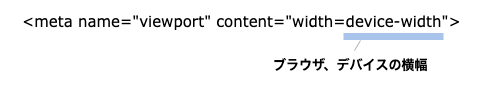
Before: docs/img-css-resp-2.png, a diagram exported from draw.io (prime-x-co-ltd/px-overview). Source tidied: cells renumbered, new cells last; positions are measured from the earlier drawing's top-left corner, leaving out a move shared by most shapes.
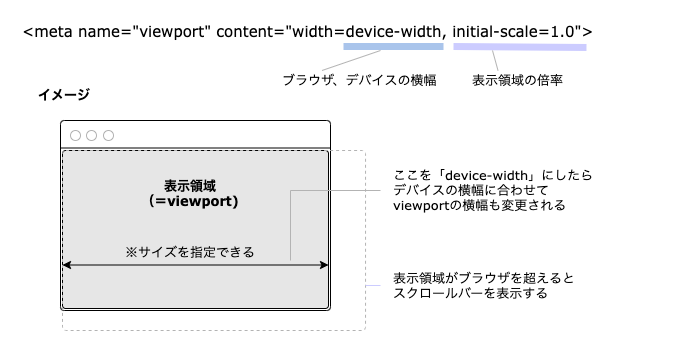
The same diagram one commit later.

The edit, as a diff of the source:
```diff
@@ -3,10 +3,10 @@
     <mxCell id="0" />
     <mxCell id="1" parent="0" />
     <mxCell id="2" style="rounded=0;whiteSpace=wrap;html=1;strokeColor=none;" parent="1" vertex="1">
-      <mxGeometry width="480" height="90" as="geometry" />
+      <mxGeometry y="-10" width="650" height="360" as="geometry" />
     </mxCell>
-    <mxCell id="3" value="&amp;lt;meta name=&quot;viewport&quot; content=&quot;width=device-width&quot;&amp;gt;" style="text;html=1;strokeColor=none;fillColor=none;align=left;verticalAlign=middle;whiteSpace=wrap;rounded=0;fontFamily=Verdana;fontSize=15;" parent="1" vertex="1">
-      <mxGeometry x="20" y="5" width="450" height="30" as="geometry" />
+    <mxCell id="3" value="&amp;lt;meta name=&quot;viewport&quot; content=&quot;width=device-width, initial-scale=1.0&quot;&amp;gt;" style="text;html=1;strokeColor=none;fillColor=none;align=left;verticalAlign=middle;whiteSpace=wrap;rounded=0;fontFamily=Verdana;fontSize=15;" parent="1" vertex="1">
+      <mxGeometry x="20" y="5" width="660" height="30" as="geometry" />
     </mxCell>
     <mxCell id="4" style="endArrow=none;html=1;fontFamily=Verdana;fontSize=15;strokeWidth=7;strokeColor=#A9C4EB;" parent="1" edge="1">
       <mxGeometry relative="1" as="geometry">
@@ -14,13 +14,80 @@
         <mxPoint x="443" y="36" as="targetPoint" />
       </mxGeometry>
     </mxCell>
-    <mxCell id="5" value="&lt;b&gt;ブラウザ、デバイスの横幅&lt;/b&gt;" style="text;html=1;strokeColor=none;fillColor=none;align=left;verticalAlign=middle;whiteSpace=wrap;rounded=0;fontFamily=Verdana;fontSize=13;" parent="1" vertex="1">
-      <mxGeometry x="271" y="50" width="166" height="30" as="geometry" />
+    <mxCell id="5" value="&lt;span&gt;ブラウザ、デバイスの横幅&lt;/span&gt;" style="text;html=1;strokeColor=none;fillColor=none;align=left;verticalAlign=middle;whiteSpace=wrap;rounded=0;fontFamily=Verdana;fontSize=13;fontStyle=0;" parent="1" vertex="1">
+      <mxGeometry x="280" y="60" width="166" height="20" as="geometry" />
     </mxCell>
-    <mxCell id="6" style="endArrow=none;html=1;strokeWidth=1;fontFamily=Verdana;fontSize=13;exitX=0.5;exitY=0;exitDx=0;exitDy=0;strokeColor=#B3B3B3;" parent="1" edge="1" source="5">
-      <mxGeometry relative="1" as="geometry">
-        <mxPoint x="360" y="40" as="targetPoint" />
-      </mxGeometry>
-    </mxCell>
+    <mxCell id="7" value="イメージ" style="text;html=1;strokeColor=none;fillColor=none;align=left;verticalAlign=middle;whiteSpace=wrap;rounded=0;fontFamily=Verdana;fontSize=13;fontStyle=1;" parent="1" vertex="1">
+      <mxGeometry x="36" y="70" width="60" height="30" as="geometry" />
+    </mxCell>
+    <mxCell id="8" style="rounded=1;whiteSpace=wrap;html=1;arcSize=2;" parent="1" vertex="1">
+      <mxGeometry x="60" y="110" width="270" height="190" as="geometry" />
+    </mxCell>
+    <mxCell id="9" style="endArrow=none;html=1;entryX=1;entryY=0.25;entryDx=0;entryDy=0;exitX=0;exitY=0.25;exitDx=0;exitDy=0;" parent="1" edge="1">
+      <mxGeometry relative="1" as="geometry">
+        <mxPoint x="60" y="137.5" as="sourcePoint" />
+        <mxPoint x="330" y="137.5" as="targetPoint" />
+      </mxGeometry>
+    </mxCell>
+    <mxCell id="10" style="ellipse;whiteSpace=wrap;html=1;strokeColor=#B3B3B3;" parent="1" vertex="1">
+      <mxGeometry x="70" y="120" width="10" height="10" as="geometry" />
+    </mxCell>
+    <mxCell id="11" style="ellipse;whiteSpace=wrap;html=1;strokeColor=#B3B3B3;" parent="1" vertex="1">
+      <mxGeometry x="86" y="120" width="10" height="10" as="geometry" />
+    </mxCell>
+    <mxCell id="12" style="ellipse;whiteSpace=wrap;html=1;strokeColor=#B3B3B3;" parent="1" vertex="1">
+      <mxGeometry x="103" y="120" width="10" height="10" as="geometry" />
+    </mxCell>
+    <mxCell id="13" style="rounded=1;whiteSpace=wrap;html=1;arcSize=2;fillColor=#E6E6E6;" parent="1" vertex="1">
+      <mxGeometry x="62" y="140" width="266" height="158" as="geometry" />
+    </mxCell>
+    <mxCell id="14" value="表示領域&lt;br&gt;（＝viewport)&lt;br&gt;" style="text;html=1;strokeColor=none;fillColor=none;align=center;verticalAlign=middle;whiteSpace=wrap;rounded=0;fontFamily=Verdana;fontSize=13;fontStyle=1;" parent="1" vertex="1">
+      <mxGeometry x="120" y="160" width="140" height="45" as="geometry" />
+    </mxCell>
+    <mxCell id="15" style="endArrow=classic;startArrow=classic;html=1;entryX=1;entryY=0.75;entryDx=0;entryDy=0;exitX=0;exitY=0.75;exitDx=0;exitDy=0;" parent="1" edge="1">
+      <mxGeometry relative="1" as="geometry">
+        <mxPoint x="62" y="254.5" as="sourcePoint" />
+        <mxPoint x="328" y="254.5" as="targetPoint" />
+      </mxGeometry>
+    </mxCell>
+    <mxCell id="16" value="※サイズを指定できる" style="text;html=1;strokeColor=none;fillColor=none;align=center;verticalAlign=middle;whiteSpace=wrap;rounded=0;fontFamily=Verdana;fontSize=13;fontStyle=0;" parent="1" vertex="1">
+      <mxGeometry x="120" y="219" width="140" height="45" as="geometry" />
+    </mxCell>
+    <mxCell id="17" style="shape=partialRectangle;whiteSpace=wrap;html=1;bottom=0;right=0;fillColor=none;strokeColor=#B3B3B3;align=center;" parent="1" vertex="1">
+      <mxGeometry x="290" y="180" width="90" height="70" as="geometry" />
+    </mxCell>
+    <mxCell id="18" value="&lt;span&gt;ここを「device-width」にしたら&lt;br&gt;デバイスの横幅に合わせて&lt;br&gt;viewportの横幅も変更される&lt;br&gt;&lt;/span&gt;" style="text;html=1;strokeColor=none;fillColor=none;align=left;verticalAlign=middle;whiteSpace=wrap;rounded=0;fontFamily=Verdana;fontSize=13;fontStyle=0;" parent="1" vertex="1">
+      <mxGeometry x="391" y="149.5" width="220" height="60" as="geometry" />
+    </mxCell>
+    <mxCell id="19" style="endArrow=none;html=1;strokeWidth=1;fontFamily=Verdana;fontSize=13;exitX=0.25;exitY=0;exitDx=0;exitDy=0;strokeColor=#B3B3B3;" parent="1" edge="1" source="5">
+      <mxGeometry relative="1" as="geometry">
+        <mxPoint x="380" y="40" as="targetPoint" />
+      </mxGeometry>
+    </mxCell>
+    <mxCell id="20" style="endArrow=none;html=1;fontFamily=Verdana;fontSize=15;strokeWidth=7;entryX=0.853;entryY=1.033;entryDx=0;entryDy=0;entryPerimeter=0;strokeColor=#CCCCFF;" parent="1" edge="1">
+      <mxGeometry relative="1" as="geometry">
+        <mxPoint x="453" y="36" as="sourcePoint" />
+        <mxPoint x="586" y="37" as="targetPoint" />
+      </mxGeometry>
+    </mxCell>
+    <mxCell id="21" value="&lt;span&gt;表示領域の倍率&lt;/span&gt;" style="text;html=1;strokeColor=none;fillColor=none;align=left;verticalAlign=middle;whiteSpace=wrap;rounded=0;fontFamily=Verdana;fontSize=13;fontStyle=0;" parent="1" vertex="1">
+      <mxGeometry x="470" y="60" width="110" height="20" as="geometry" />
+    </mxCell>
+    <mxCell id="22" style="endArrow=none;html=1;strokeWidth=1;fontFamily=Verdana;fontSize=13;exitX=0.25;exitY=0;exitDx=0;exitDy=0;strokeColor=#B3B3B3;" parent="1" edge="1" source="21">
+      <mxGeometry relative="1" as="geometry">
+        <mxPoint x="492" y="40" as="targetPoint" />
+      </mxGeometry>
+    </mxCell>
+    <mxCell id="23" style="rounded=1;whiteSpace=wrap;html=1;arcSize=2;fillColor=none;strokeColor=#B3B3B3;dashed=1;" parent="1" vertex="1">
+      <mxGeometry x="62" y="140" width="303" height="180" as="geometry" />
+    </mxCell>
+    <mxCell id="24" value="&lt;span&gt;表示領域がブラウザを超えると&lt;br&gt;スクロールバーを表示する&lt;br&gt;&lt;/span&gt;" style="text;html=1;strokeColor=none;fillColor=none;align=left;verticalAlign=middle;whiteSpace=wrap;rounded=0;fontFamily=Verdana;fontSize=13;fontStyle=0;" parent="1" vertex="1">
+      <mxGeometry x="391" y="240" width="220" height="70" as="geometry" />
+    </mxCell>
+    <mxCell id="25" style="endArrow=none;html=1;strokeColor=#CCCCFF;exitX=1;exitY=0.75;exitDx=0;exitDy=0;" parent="1" edge="1" source="23">
+      <mxGeometry relative="1" as="geometry">
+        <mxPoint x="380" y="275" as="targetPoint" />
+      </mxGeometry>
+    </mxCell>
   </root>
 </mxGraphModel>
```
